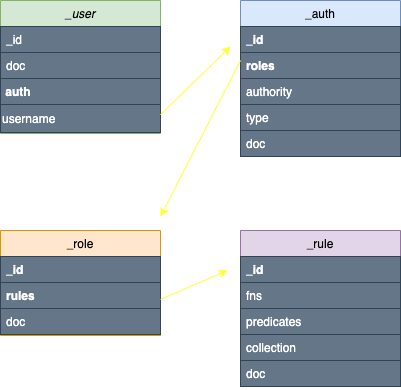
fluree/to-do-lists-generator keeps this draw.io diagram as src/Images/drawio-images/user-auth-role-rule.drawio.png. Above is the earlier version. Source tidied: cells renumbered, new cells last; positions are measured from the earlier drawing's top-left corner, leaving out a move shared by most shapes.
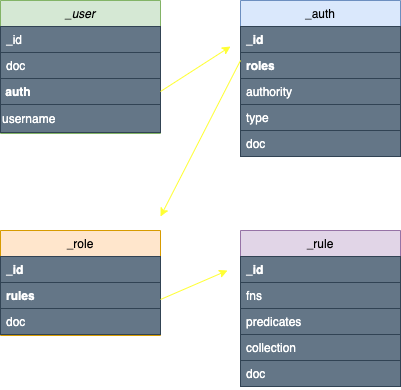
The same file after the commit.

Commit message:
change _user/auth arrow

What changed in the source:
```diff
@@ -38,9 +38,9 @@
     <mxCell id="13" value="roles" style="text;align=left;verticalAlign=top;spacingLeft=4;spacingRight=4;overflow=hidden;rounded=0;shadow=0;html=0;fontStyle=1;fontColor=#ffffff;strokeColor=#314354;fillColor=#647687;" parent="11" vertex="1">
       <mxGeometry y="52" width="160" height="26" as="geometry" />
     </mxCell>
-    <mxCell id="14" style="endArrow=classic;html=1;exitX=1;exitY=0.25;exitDx=0;exitDy=0;fontColor=#FFFF33;strokeColor=#FFFF33;" parent="11" edge="1">
+    <mxCell id="14" style="endArrow=classic;html=1;fontColor=#FFFF33;strokeColor=#FFFF33;" parent="11" edge="1">
       <mxGeometry relative="1" as="geometry">
-        <mxPoint x="-80" y="114.2" as="sourcePoint" />
+        <mxPoint x="-80" y="91" as="sourcePoint" />
         <mxPoint x="-10" y="46" as="targetPoint" />
       </mxGeometry>
     </mxCell>
```
